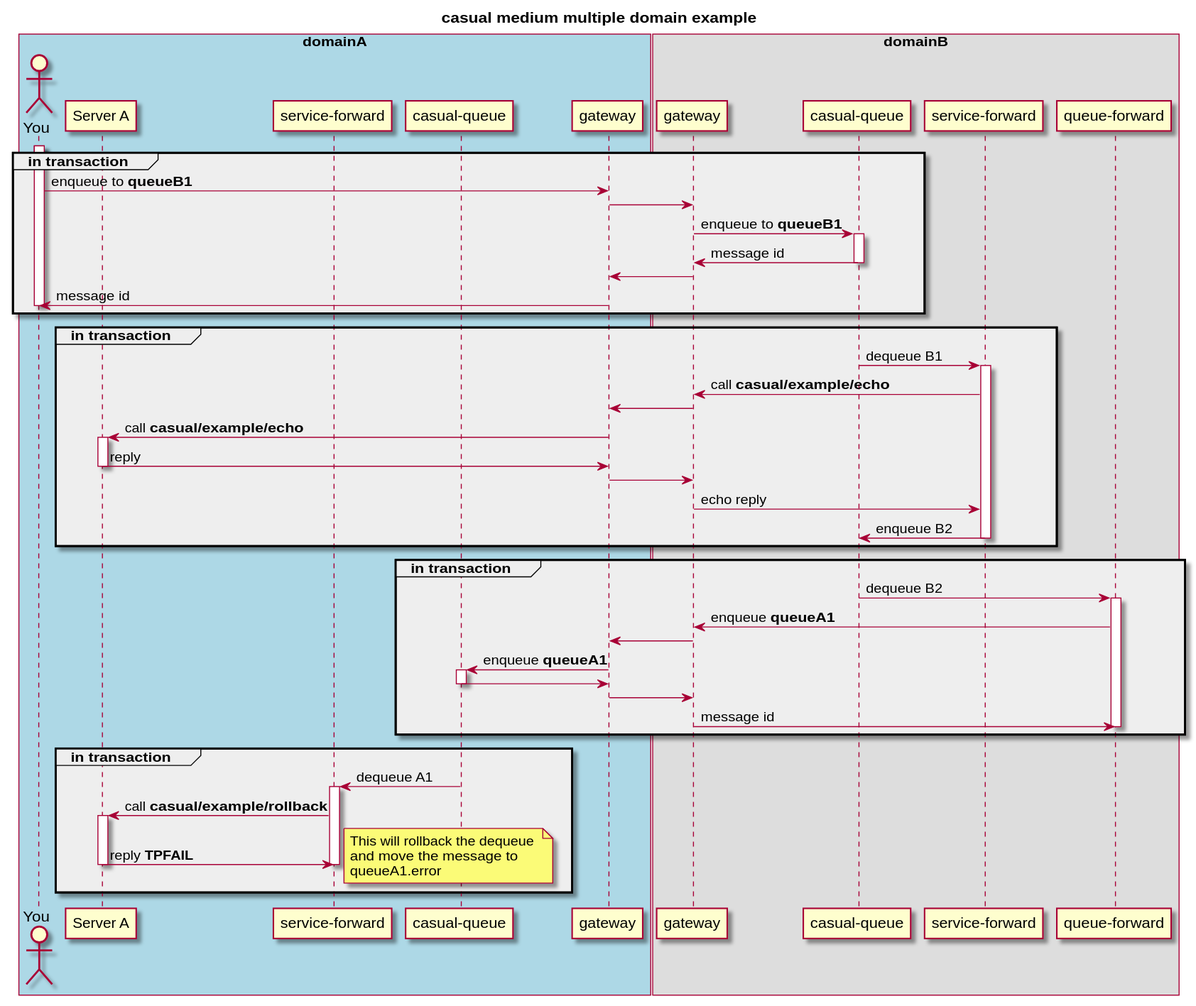
casualcore/casual keeps this PlantUML diagram as documentation/example/domain/multiple/diagram/scenario.svg. Above is the earlier version.
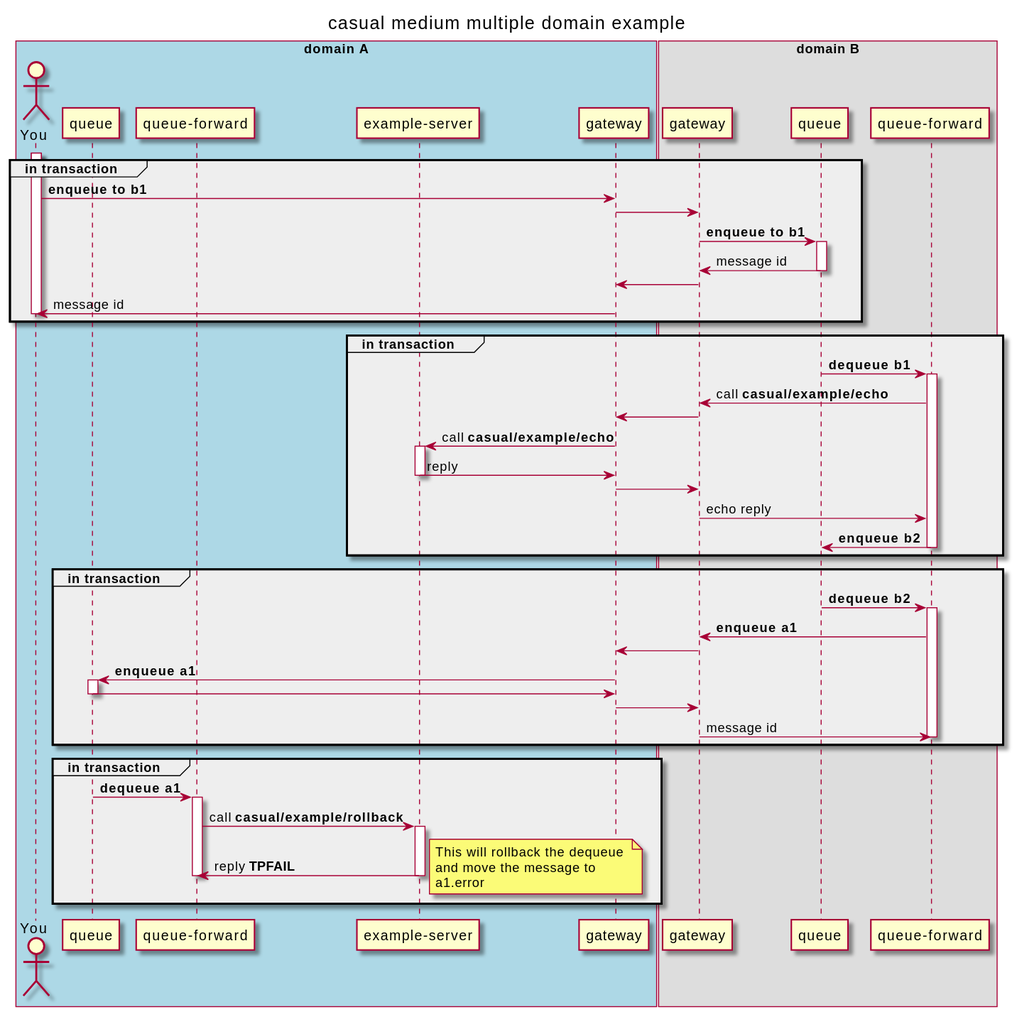
The same diagram one commit later.

What changed in the source:
```diff
@@ -1,27 +1,27 @@
-@startuml
+@startuml scenario
+
 title casual medium multiple domain example
 
-box "domainA" #LightBlue
+box "domain A" #LightBlue
    actor "You" as AA
-   participant "Server A" as SA
-   participant "service-forward" as SFA
-   participant "casual-queue" as QA
+   participant "queue" as QA
+   participant "queue-forward" as QFA
+   participant "example-server" as SA
    participant "gateway" as GA
 end box
 
-box "domainB"
+box "domain B"
    participant "gateway" as GB
-   participant "casual-queue" as QB
-   participant "service-forward" as SFB
+   participant "queue" as QB
    participant "queue-forward" as QFB
 end box
 
 activate AA
 
 group #eeeeee in transaction
-AA -> GA: enqueue to **queueB1**
+AA -> GA: **enqueue to b1**
 GA -> GB:
-GB -> QB: enqueue to **queueB1**
+GB -> QB: **enqueue to b1**
 activate QB
 QB -> GB: message id
 deactivate QB
@@ -31,26 +31,26 @@
 end
 
 group #eeeeee in transaction
-QB -> SFB: dequeue B1
-activate SFB
-SFB -> GB: call **casual/example/echo**
+QB -> QFB: **dequeue b1**
+activate QFB
+QFB -> GB: call **casual/example/echo**
 GB -> GA:
 GA -> SA: call **casual/example/echo**
 activate SA
 SA -> GA: reply
 deactivate SA
 GA -> GB
-GB -> SFB: echo reply
-SFB -> QB: enqueue B2
-deactivate SFB
+GB -> QFB: echo reply
+QFB -> QB: **enqueue b2**
+deactivate QFB
 end
 
 group #eeeeee in transaction
-QB -> QFB: dequeue B2
+QB -> QFB: **dequeue b2**
 activate QFB
-QFB -> GB: enqueue **queueA1**
+QFB -> GB: **enqueue a1**
 GB -> GA
-GA -> QA: enqueue **queueA1**
+GA -> QA: **enqueue a1**
 activate QA
 QA -> GA
 deactivate QA
@@ -62,20 +62,23 @@
 
 group #eeeeee in transaction
 
-QA -> SFA: dequeue A1
-activate SFA
-SFA -> SA: call **casual/example/rollback**
+QA -> QFA: **dequeue a1**
+activate QFA
+QFA -> SA: call **casual/example/rollback**
 activate SA
-SA -> SFA: reply **TPFAIL**
+SA -> QFA: reply **TPFAIL**
 note right
    This will rollback the dequeue
    and move the message to
-   queueA1.error
+   a1.error
 end note
 
 deactivate SA
 
-deactivate SFA
+deactivate QFA
 
 end
+
+
+
 @enduml
```
